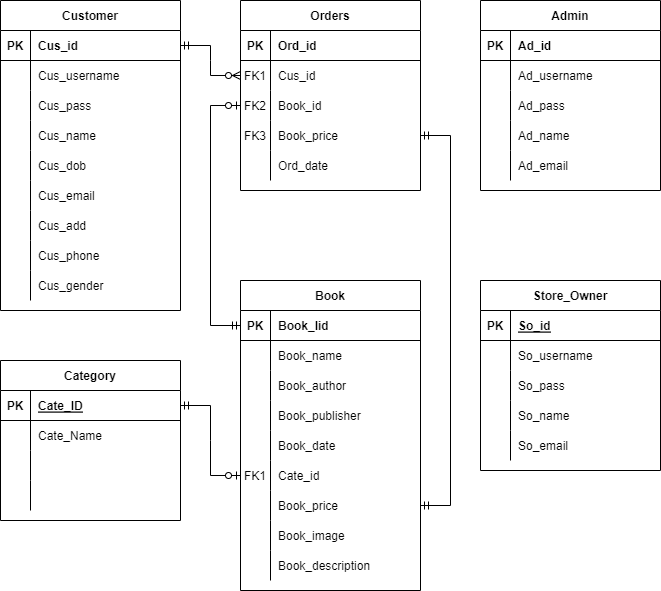
Above: Diagram/1670-Page-1.drawio.png in ducmtgch200681/1670-App-group (draw.io), before the change. Source tidied: cells renumbered, new cells last; positions are measured from the earlier drawing's top-left corner, leaving out a move shared by most shapes.
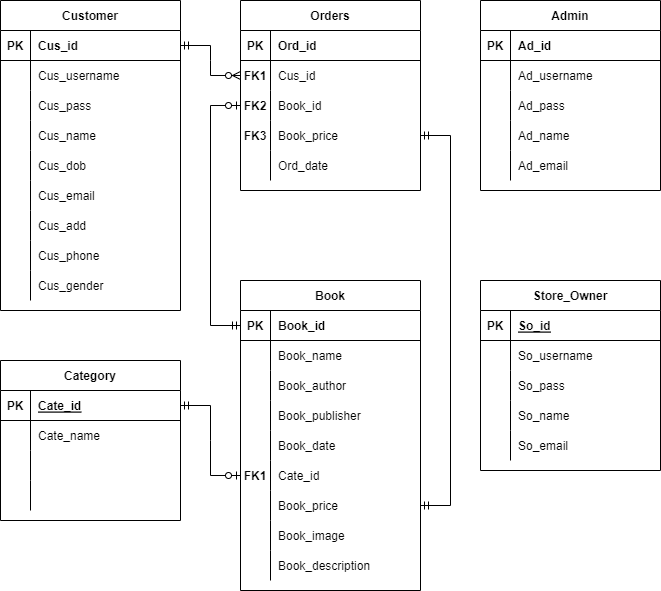
After the change.

The edit, as a diff of the source:
```diff
@@ -11,7 +11,7 @@
     <mxCell id="4" value="PK" style="shape=partialRectangle;fillColor=none;top=0;left=0;bottom=0;right=0;fontStyle=1;overflow=hidden;" parent="3" vertex="1">
       <mxGeometry width="30" height="30" as="geometry" />
     </mxCell>
-    <mxCell id="5" value="Book_Iid" style="shape=partialRectangle;fillColor=none;top=0;left=0;bottom=0;right=0;align=left;spacingLeft=6;fontStyle=1;overflow=hidden;" parent="3" vertex="1">
+    <mxCell id="5" value="Book_id" style="shape=partialRectangle;fillColor=none;top=0;left=0;bottom=0;right=0;align=left;spacingLeft=6;fontStyle=1;overflow=hidden;" parent="3" vertex="1">
       <mxGeometry x="30" width="150" height="30" as="geometry" />
     </mxCell>
     <mxCell id="6" style="shape=tableRow;horizontal=0;startSize=0;swimlaneHead=0;swimlaneBody=0;fillColor=none;top=0;left=0;right=0;bottom=0;" parent="2" vertex="1">
@@ -53,7 +53,7 @@
     <mxCell id="18" style="shape=tableRow;horizontal=0;startSize=0;swimlaneHead=0;swimlaneBody=0;fillColor=none;points=[[0,0.5],[1,0.5]];portConstraint=eastwest;top=0;left=0;right=0;bottom=0;" parent="2" vertex="1">
       <mxGeometry y="180" width="180" height="30" as="geometry" />
     </mxCell>
-    <mxCell id="19" value="FK1" style="shape=partialRectangle;fillColor=none;top=0;left=0;bottom=0;right=0;overflow=hidden;" parent="18" vertex="1">
+    <mxCell id="19" value="FK1" style="shape=partialRectangle;fillColor=none;top=0;left=0;bottom=0;right=0;overflow=hidden;fontStyle=1;" parent="18" vertex="1">
       <mxGeometry width="30" height="30" as="geometry" />
     </mxCell>
     <mxCell id="20" value="Cate_id" style="shape=partialRectangle;fillColor=none;top=0;left=0;bottom=0;right=0;align=left;spacingLeft=6;overflow=hidden;" parent="18" vertex="1">
@@ -101,7 +101,7 @@
     <mxCell id="34" style="shape=tableRow;horizontal=0;startSize=0;swimlaneHead=0;swimlaneBody=0;fillColor=none;points=[[0,0.5],[1,0.5]];portConstraint=eastwest;top=0;left=0;right=0;bottom=0;" parent="30" vertex="1">
       <mxGeometry y="60" width="180" height="30" as="geometry" />
     </mxCell>
-    <mxCell id="35" value="FK1" style="shape=partialRectangle;fillColor=none;top=0;left=0;bottom=0;right=0;overflow=hidden;" parent="34" vertex="1">
+    <mxCell id="35" value="FK1" style="shape=partialRectangle;fillColor=none;top=0;left=0;bottom=0;right=0;overflow=hidden;fontStyle=1;" parent="34" vertex="1">
       <mxGeometry width="30" height="30" as="geometry" />
     </mxCell>
     <mxCell id="36" value="Cus_id" style="shape=partialRectangle;fillColor=none;top=0;left=0;bottom=0;right=0;align=left;spacingLeft=6;overflow=hidden;" parent="34" vertex="1">
@@ -110,7 +110,7 @@
     <mxCell id="37" style="shape=tableRow;horizontal=0;startSize=0;swimlaneHead=0;swimlaneBody=0;fillColor=none;points=[[0,0.5],[1,0.5]];portConstraint=eastwest;top=0;left=0;right=0;bottom=0;" parent="30" vertex="1">
       <mxGeometry y="90" width="180" height="30" as="geometry" />
     </mxCell>
-    <mxCell id="38" value="FK2" style="shape=partialRectangle;fillColor=none;top=0;left=0;bottom=0;right=0;overflow=hidden;" parent="37" vertex="1">
+    <mxCell id="38" value="FK2" style="shape=partialRectangle;fillColor=none;top=0;left=0;bottom=0;right=0;overflow=hidden;fontStyle=1;" parent="37" vertex="1">
       <mxGeometry width="30" height="30" as="geometry" />
     </mxCell>
     <mxCell id="39" value="Book_id" style="shape=partialRectangle;fillColor=none;top=0;left=0;bottom=0;right=0;align=left;spacingLeft=6;overflow=hidden;" parent="37" vertex="1">
@@ -119,7 +119,7 @@
     <mxCell id="40" style="shape=tableRow;horizontal=0;startSize=0;swimlaneHead=0;swimlaneBody=0;fillColor=none;points=[[0,0.5],[1,0.5]];portConstraint=eastwest;top=0;left=0;right=0;bottom=0;" parent="30" vertex="1">
       <mxGeometry y="120" width="180" height="30" as="geometry" />
     </mxCell>
-    <mxCell id="41" value="FK3" style="shape=partialRectangle;fillColor=none;top=0;left=0;bottom=0;right=0;overflow=hidden;" parent="40" vertex="1">
+    <mxCell id="41" value="FK3" style="shape=partialRectangle;fillColor=none;top=0;left=0;bottom=0;right=0;overflow=hidden;fontStyle=1;" parent="40" vertex="1">
       <mxGeometry width="30" height="30" as="geometry" />
     </mxCell>
     <mxCell id="42" value="Book_price" style="shape=partialRectangle;fillColor=none;top=0;left=0;bottom=0;right=0;align=left;spacingLeft=6;overflow=hidden;" parent="40" vertex="1">
@@ -278,7 +278,7 @@
     <mxCell id="93" value="PK" style="shape=partialRectangle;fillColor=none;top=0;left=0;bottom=0;right=0;fontStyle=1;overflow=hidden;" parent="92" vertex="1">
       <mxGeometry width="30" height="30" as="geometry" />
     </mxCell>
-    <mxCell id="94" value="Cate_ID" style="shape=partialRectangle;fillColor=none;top=0;left=0;bottom=0;right=0;align=left;spacingLeft=6;fontStyle=5;overflow=hidden;" parent="92" vertex="1">
+    <mxCell id="94" value="Cate_id" style="shape=partialRectangle;fillColor=none;top=0;left=0;bottom=0;right=0;align=left;spacingLeft=6;fontStyle=5;overflow=hidden;" parent="92" vertex="1">
       <mxGeometry x="30" width="150" height="30" as="geometry" />
     </mxCell>
     <mxCell id="95" style="shape=tableRow;horizontal=0;startSize=0;swimlaneHead=0;swimlaneBody=0;fillColor=none;top=0;left=0;right=0;bottom=0;" parent="91" vertex="1">
@@ -287,7 +287,7 @@
     <mxCell id="96" style="shape=partialRectangle;fillColor=none;top=0;left=0;bottom=0;right=0;overflow=hidden;" parent="95" vertex="1">
       <mxGeometry width="30" height="30" as="geometry" />
     </mxCell>
-    <mxCell id="97" value="Cate_Name" style="shape=partialRectangle;fillColor=none;top=0;left=0;bottom=0;right=0;align=left;spacingLeft=6;overflow=hidden;" parent="95" vertex="1">
+    <mxCell id="97" value="Cate_name" style="shape=partialRectangle;fillColor=none;top=0;left=0;bottom=0;right=0;align=left;spacingLeft=6;overflow=hidden;" parent="95" vertex="1">
       <mxGeometry x="30" width="150" height="30" as="geometry" />
     </mxCell>
     <mxCell id="98" style="shape=tableRow;horizontal=0;startSize=0;swimlaneHead=0;swimlaneBody=0;fillColor=none;top=0;left=0;right=0;bottom=0;" parent="91" vertex="1">
```
